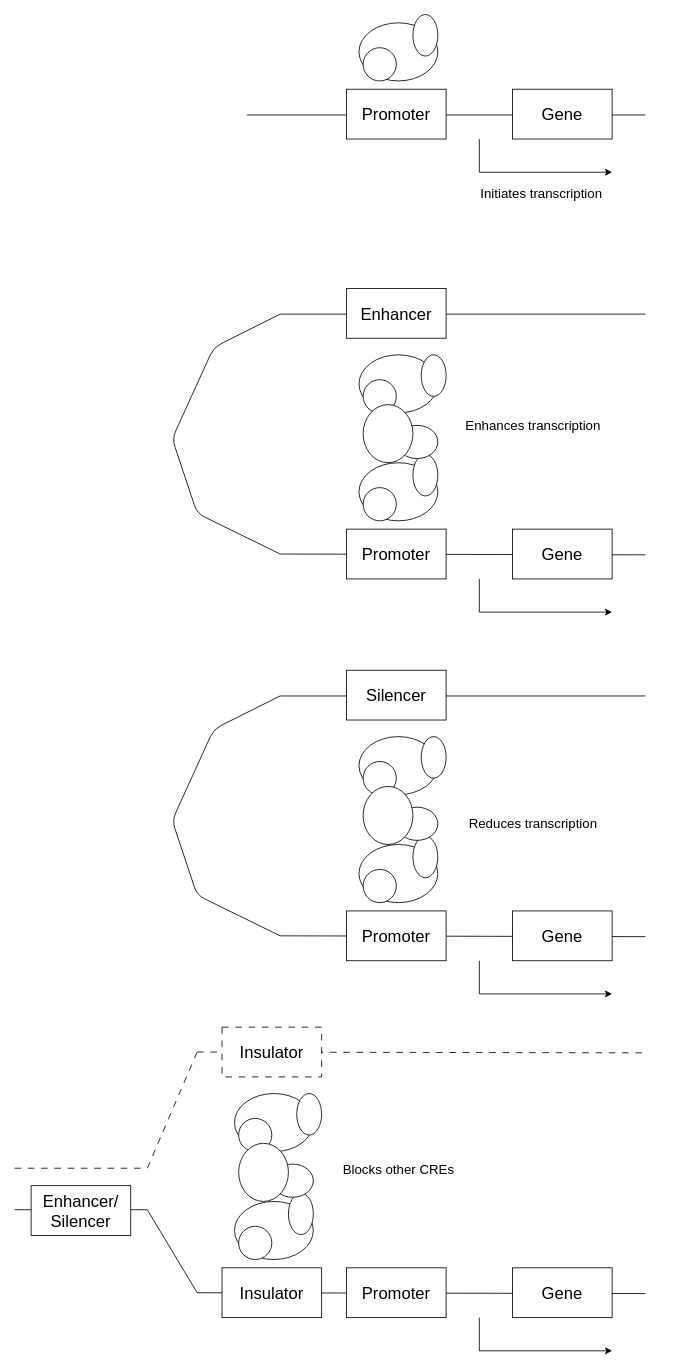
Above: diagrams/functional_elements_sil_enh_combined.drawio in alexrakowski/phd-thesis-diagrams (draw.io), before the change. Source tidied: cells renumbered, new cells numbered last; positions are measured from the earlier drawing's top-left corner, leaving out a move shared by most shapes. Both pictures are drawn from the tidied source at 83%, with x=0, y=0 at pixel (14, 14).
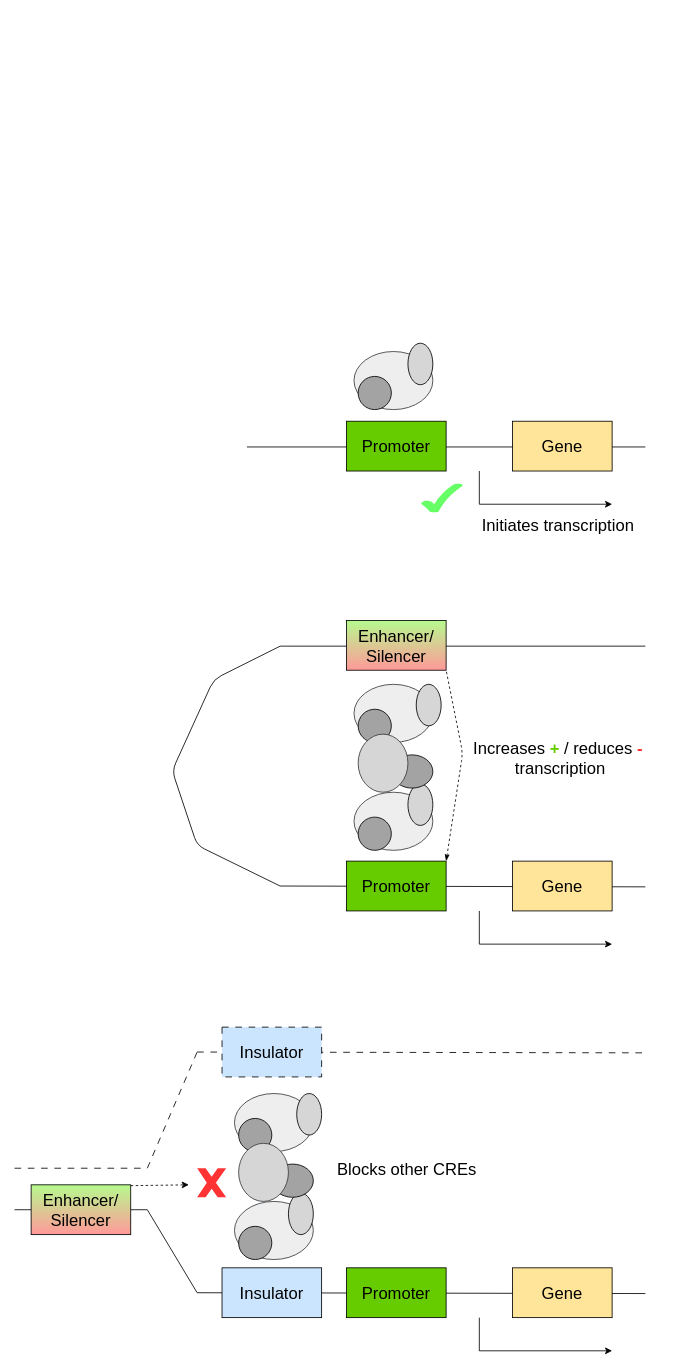
After the change.

Change to the diagram source:
```diff
@@
+    <mxCell id="63" style="ellipse;whiteSpace=wrap;html=1;fillColor=#eeeeee;strokeColor=#36393d;fillStyle=solid;" parent="1" vertex="1">
+      <mxGeometry x="409" y="406" width="95" height="70" as="geometry" />
+    </mxCell>
     <mxCell id="2" style="endArrow=none;html=1;rounded=0;" parent="1" edge="1">
       <mxGeometry relative="1" as="geometry">
-        <mxPoint x="280" y="121" as="sourcePoint" />
-        <mxPoint x="760" y="121" as="targetPoint" />
+        <mxPoint x="280" y="521" as="sourcePoint" />
+        <mxPoint x="760" y="521" as="targetPoint" />
       </mxGeometry>
     </mxCell>
-    <mxCell id="3" value="Promoter" style="rounded=0;whiteSpace=wrap;html=1;fontSize=20;" parent="1" vertex="1">
-      <mxGeometry x="400" y="90" width="120" height="60" as="geometry" />
+    <mxCell id="3" value="Promoter" style="rounded=0;whiteSpace=wrap;html=1;fontSize=20;fillColor=#66CC00;" parent="1" vertex="1">
+      <mxGeometry x="400" y="490" width="120" height="60" as="geometry" />
     </mxCell>
-    <mxCell id="4" value="&lt;font style=&quot;font-size: 20px;&quot;&gt;Gene&lt;/font&gt;" style="rounded=0;whiteSpace=wrap;html=1;" parent="1" vertex="1">
-      <mxGeometry x="600" y="90" width="120" height="60" as="geometry" />
+    <mxCell id="4" value="&lt;font style=&quot;font-size: 20px;&quot;&gt;Gene&lt;/font&gt;" style="rounded=0;whiteSpace=wrap;html=1;fillColor=#FFE599;" parent="1" vertex="1">
+      <mxGeometry x="600" y="490" width="120" height="60" as="geometry" />
     </mxCell>
     <mxCell id="5" style="endArrow=classic;html=1;rounded=0;strokeWidth=1;" parent="1" edge="1">
       <mxGeometry relative="1" as="geometry">
-        <mxPoint x="560" y="150" as="sourcePoint" />
-        <mxPoint x="720" y="190" as="targetPoint" />
+        <mxPoint x="560" y="550" as="sourcePoint" />
+        <mxPoint x="720" y="590" as="targetPoint" />
         <Array as="points">
-          <mxPoint x="560" y="190" />
+          <mxPoint x="560" y="590" />
         </Array>
       </mxGeometry>
     </mxCell>
-    <mxCell id="6" style="ellipse;whiteSpace=wrap;html=1;" parent="1" vertex="1">
-      <mxGeometry x="415" y="10" width="95" height="70" as="geometry" />
-    </mxCell>
-    <mxCell id="7" style="ellipse;whiteSpace=wrap;html=1;" parent="1" vertex="1">
-      <mxGeometry x="420" y="40" width="40" height="40" as="geometry" />
-    </mxCell>
-    <mxCell id="8" style="ellipse;whiteSpace=wrap;html=1;" parent="1" vertex="1">
-      <mxGeometry x="480" width="30" height="50" as="geometry" />
-    </mxCell>
-    <mxCell id="9" value="Initiates transcription" style="text;html=1;align=center;verticalAlign=middle;whiteSpace=wrap;rounded=0;fontSize=16;" parent="1" vertex="1">
-      <mxGeometry x="510" y="200" width="250" height="30" as="geometry" />
+    <mxCell id="9" value="Initiates transcription" style="text;html=1;align=center;verticalAlign=middle;whiteSpace=wrap;rounded=0;fontSize=20;" parent="1" vertex="1">
+      <mxGeometry x="530" y="600" width="250" height="30" as="geometry" />
     </mxCell>
     <mxCell id="10" style="endArrow=none;html=1;rounded=0;" parent="1" edge="1">
       <mxGeometry relative="1" as="geometry">
-        <mxPoint x="320" y="650" as="sourcePoint" />
-        <mxPoint x="760" y="651" as="targetPoint" />
+        <mxPoint x="320" y="1050" as="sourcePoint" />
+        <mxPoint x="760" y="1051" as="targetPoint" />
       </mxGeometry>
     </mxCell>
-    <mxCell id="11" value="Promoter" style="rounded=0;whiteSpace=wrap;html=1;fontSize=20;" parent="1" vertex="1">
-      <mxGeometry x="400" y="620" width="120" height="60" as="geometry" />
+    <mxCell id="11" value="Promoter" style="rounded=0;whiteSpace=wrap;html=1;fontSize=20;fillColor=#66CC00;" parent="1" vertex="1">
+      <mxGeometry x="400" y="1020" width="120" height="60" as="geometry" />
     </mxCell>
-    <mxCell id="12" value="Gene" style="rounded=0;whiteSpace=wrap;html=1;fontSize=20;" parent="1" vertex="1">
-      <mxGeometry x="600" y="620" width="120" height="60" as="geometry" />
+    <mxCell id="12" value="Gene" style="rounded=0;whiteSpace=wrap;html=1;fontSize=20;fillColor=#FFE599;" parent="1" vertex="1">
+      <mxGeometry x="600" y="1020" width="120" height="60" as="geometry" />
     </mxCell>
-    <mxCell id="13" style="ellipse;whiteSpace=wrap;html=1;" parent="1" vertex="1">
-      <mxGeometry x="415" y="540" width="95" height="70" as="geometry" />
-    </mxCell>
-    <mxCell id="14" style="ellipse;whiteSpace=wrap;html=1;" parent="1" vertex="1">
-      <mxGeometry x="420" y="570" width="40" height="40" as="geometry" />
-    </mxCell>
-    <mxCell id="15" style="ellipse;whiteSpace=wrap;html=1;" parent="1" vertex="1">
-      <mxGeometry x="480" y="530" width="30" height="50" as="geometry" />
-    </mxCell>
     <mxCell id="16" style="endArrow=none;html=1;rounded=0;" parent="1" edge="1">
       <mxGeometry relative="1" as="geometry">
-        <mxPoint x="320" y="361" as="sourcePoint" />
-        <mxPoint x="760" y="361" as="targetPoint" />
+        <mxPoint x="320" y="761" as="sourcePoint" />
+        <mxPoint x="760" y="761" as="targetPoint" />
       </mxGeometry>
     </mxCell>
     <mxCell id="17" style="endArrow=none;html=1;rounded=1;curved=0;" parent="1" edge="1">
       <mxGeometry relative="1" as="geometry">
-        <mxPoint x="320" y="650" as="sourcePoint" />
-        <mxPoint x="320" y="361" as="targetPoint" />
+        <mxPoint x="320" y="1050" as="sourcePoint" />
+        <mxPoint x="320" y="761" as="targetPoint" />
         <Array as="points">
-          <mxPoint x="220" y="601" />
-          <mxPoint x="190" y="511" />
-          <mxPoint x="240" y="401" />
+          <mxPoint x="220" y="1001" />
+          <mxPoint x="190" y="911" />
+          <mxPoint x="240" y="801" />
         </Array>
       </mxGeometry>
     </mxCell>
-    <mxCell id="18" value="Enhancer" style="rounded=0;whiteSpace=wrap;html=1;fontSize=20;" parent="1" vertex="1">
-      <mxGeometry x="400" y="330" width="120" height="60" as="geometry" />
-    </mxCell>
-    <mxCell id="19" style="ellipse;whiteSpace=wrap;html=1;" parent="1" vertex="1">
-      <mxGeometry x="415" y="410" width="95" height="70" as="geometry" />
-    </mxCell>
-    <mxCell id="20" style="ellipse;whiteSpace=wrap;html=1;" parent="1" vertex="1">
-      <mxGeometry x="420" y="440" width="40" height="40" as="geometry" />
-    </mxCell>
-    <mxCell id="21" style="ellipse;whiteSpace=wrap;html=1;" parent="1" vertex="1">
-      <mxGeometry x="460" y="495" width="50" height="40" as="geometry" />
-    </mxCell>
-    <mxCell id="22" style="ellipse;whiteSpace=wrap;html=1;" parent="1" vertex="1">
-      <mxGeometry x="420" y="470" width="60" height="70" as="geometry" />
-    </mxCell>
-    <mxCell id="23" style="ellipse;whiteSpace=wrap;html=1;" parent="1" vertex="1">
-      <mxGeometry x="490" y="410" width="30" height="50" as="geometry" />
-    </mxCell>
     <mxCell id="24" style="endArrow=classic;html=1;rounded=0;strokeWidth=1;" parent="1" edge="1">
       <mxGeometry relative="1" as="geometry">
-        <mxPoint x="560" y="680" as="sourcePoint" />
-        <mxPoint x="720" y="720" as="targetPoint" />
+        <mxPoint x="560" y="1080" as="sourcePoint" />
+        <mxPoint x="720" y="1120" as="targetPoint" />
         <Array as="points">
-          <mxPoint x="560" y="720" />
+          <mxPoint x="560" y="1120" />
         </Array>
       </mxGeometry>
     </mxCell>
-    <mxCell id="25" value="Enhances transcription" style="text;html=1;align=center;verticalAlign=middle;whiteSpace=wrap;rounded=0;fontSize=16;" parent="1" vertex="1">
-      <mxGeometry x="500" y="480" width="250" height="30" as="geometry" />
+    <mxCell id="25" value="Increases&amp;nbsp;&lt;span&gt;&lt;b&gt;&lt;font style=&quot;color: rgb(102, 204, 0);&quot;&gt;+&lt;/font&gt;&lt;/b&gt;&lt;font style=&quot;color: rgb(102, 204, 0);&quot;&gt;&amp;nbsp;&lt;/font&gt;&lt;/span&gt;/ reduces &lt;font style=&quot;color: rgb(255, 51, 51);&quot;&gt;&lt;b&gt;-&lt;/b&gt;&lt;/font&gt;&lt;br&gt;&amp;nbsp;transcription" style="text;html=1;align=center;verticalAlign=middle;whiteSpace=wrap;rounded=0;fontSize=20;" parent="1" vertex="1">
+      <mxGeometry x="530" y="880" width="250" height="30" as="geometry" />
     </mxCell>
-    <mxCell id="26" style="endArrow=none;html=1;rounded=0;" parent="1" edge="1">
-      <mxGeometry relative="1" as="geometry">
-        <mxPoint x="320" y="1110" as="sourcePoint" />
-        <mxPoint x="760" y="1111" as="targetPoint" />
-      </mxGeometry>
-    </mxCell>
-    <mxCell id="27" value="Promoter" style="rounded=0;whiteSpace=wrap;html=1;fontSize=20;" parent="1" vertex="1">
-      <mxGeometry x="400" y="1080" width="120" height="60" as="geometry" />
-    </mxCell>
-    <mxCell id="28" value="Gene" style="rounded=0;whiteSpace=wrap;html=1;fontSize=20;" parent="1" vertex="1">
-      <mxGeometry x="600" y="1080" width="120" height="60" as="geometry" />
-    </mxCell>
-    <mxCell id="29" style="ellipse;whiteSpace=wrap;html=1;" parent="1" vertex="1">
-      <mxGeometry x="415" y="1000" width="95" height="70" as="geometry" />
-    </mxCell>
-    <mxCell id="30" style="ellipse;whiteSpace=wrap;html=1;" parent="1" vertex="1">
-      <mxGeometry x="420" y="1030" width="40" height="40" as="geometry" />
-    </mxCell>
-    <mxCell id="31" style="ellipse;whiteSpace=wrap;html=1;" parent="1" vertex="1">
-      <mxGeometry x="480" y="990" width="30" height="50" as="geometry" />
-    </mxCell>
-    <mxCell id="32" style="endArrow=none;html=1;rounded=0;" parent="1" edge="1">
-      <mxGeometry relative="1" as="geometry">
-        <mxPoint x="320" y="821" as="sourcePoint" />
-        <mxPoint x="760" y="821" as="targetPoint" />
-      </mxGeometry>
-    </mxCell>
-    <mxCell id="33" style="endArrow=none;html=1;rounded=1;curved=0;" parent="1" edge="1">
-      <mxGeometry relative="1" as="geometry">
-        <mxPoint x="320" y="1110" as="sourcePoint" />
-        <mxPoint x="320" y="821" as="targetPoint" />
-        <Array as="points">
-          <mxPoint x="220" y="1061" />
-          <mxPoint x="190" y="971" />
-          <mxPoint x="240" y="861" />
-        </Array>
-      </mxGeometry>
-    </mxCell>
-    <mxCell id="34" value="Silencer" style="rounded=0;whiteSpace=wrap;html=1;fontSize=20;" parent="1" vertex="1">
-      <mxGeometry x="400" y="790" width="120" height="60" as="geometry" />
-    </mxCell>
-    <mxCell id="35" style="ellipse;whiteSpace=wrap;html=1;" parent="1" vertex="1">
-      <mxGeometry x="415" y="870" width="95" height="70" as="geometry" />
-    </mxCell>
-    <mxCell id="36" style="ellipse;whiteSpace=wrap;html=1;" parent="1" vertex="1">
-      <mxGeometry x="420" y="900" width="40" height="40" as="geometry" />
-    </mxCell>
-    <mxCell id="37" style="ellipse;whiteSpace=wrap;html=1;" parent="1" vertex="1">
-      <mxGeometry x="460" y="955" width="50" height="40" as="geometry" />
-    </mxCell>
-    <mxCell id="38" style="ellipse;whiteSpace=wrap;html=1;" parent="1" vertex="1">
-      <mxGeometry x="420" y="930" width="60" height="70" as="geometry" />
-    </mxCell>
-    <mxCell id="39" style="ellipse;whiteSpace=wrap;html=1;" parent="1" vertex="1">
-      <mxGeometry x="490" y="870" width="30" height="50" as="geometry" />
-    </mxCell>
-    <mxCell id="40" style="endArrow=classic;html=1;rounded=0;strokeWidth=1;" parent="1" edge="1">
-      <mxGeometry relative="1" as="geometry">
-        <mxPoint x="560" y="1140" as="sourcePoint" />
-        <mxPoint x="720" y="1180" as="targetPoint" />
-        <Array as="points">
-          <mxPoint x="560" y="1180" />
-        </Array>
-      </mxGeometry>
-    </mxCell>
-    <mxCell id="41" value="Blocks other CREs" style="text;html=1;align=center;verticalAlign=middle;whiteSpace=wrap;rounded=0;fontSize=16;" parent="1" vertex="1">
-      <mxGeometry x="337.5" y="1376" width="250" height="30" as="geometry" />
+    <mxCell id="41" value="Blocks other CREs" style="text;html=1;align=center;verticalAlign=middle;whiteSpace=wrap;rounded=0;fontSize=20;" parent="1" vertex="1">
+      <mxGeometry x="347.5" y="1376" width="250" height="30" as="geometry" />
     </mxCell>
@@
-    <mxCell id="43" value="Promoter" style="rounded=0;whiteSpace=wrap;html=1;fontSize=20;" parent="1" vertex="1">
+    <mxCell id="43" value="Promoter" style="rounded=0;whiteSpace=wrap;html=1;fontSize=20;fillColor=#66CC00;" parent="1" vertex="1">
       <mxGeometry x="400" y="1510" width="120" height="60" as="geometry" />
     </mxCell>
-    <mxCell id="44" value="Gene" style="rounded=0;whiteSpace=wrap;html=1;fontSize=20;" parent="1" vertex="1">
+    <mxCell id="44" value="Gene" style="rounded=0;whiteSpace=wrap;html=1;fontSize=20;fillColor=#FFE599;" parent="1" vertex="1">
       <mxGeometry x="600" y="1510" width="120" height="60" as="geometry" />
     </mxCell>
-    <mxCell id="45" style="ellipse;whiteSpace=wrap;html=1;" parent="1" vertex="1">
+    <mxCell id="45" style="ellipse;whiteSpace=wrap;html=1;fillColor=#eeeeee;strokeColor=#36393d;fillStyle=solid;" parent="1" vertex="1">
       <mxGeometry x="265" y="1430" width="95" height="70" as="geometry" />
     </mxCell>
-    <mxCell id="46" style="ellipse;whiteSpace=wrap;html=1;" parent="1" vertex="1">
+    <mxCell id="46" style="ellipse;whiteSpace=wrap;html=1;fillColor=#A3A3A3;" parent="1" vertex="1">
       <mxGeometry x="270" y="1460" width="40" height="40" as="geometry" />
     </mxCell>
-    <mxCell id="47" style="ellipse;whiteSpace=wrap;html=1;" parent="1" vertex="1">
+    <mxCell id="47" style="ellipse;whiteSpace=wrap;html=1;fillColor=#D6D6D6;" parent="1" vertex="1">
       <mxGeometry x="330" y="1420" width="30" height="50" as="geometry" />
     </mxCell>
@@
-    <mxCell id="49" value="Insulator" style="rounded=0;whiteSpace=wrap;html=1;fontSize=20;dashed=1;dashPattern=8 8;" parent="1" vertex="1">
+    <mxCell id="49" value="Insulator" style="rounded=0;whiteSpace=wrap;html=1;fontSize=20;dashed=1;dashPattern=8 8;fillColor=#CCE5FF;" parent="1" vertex="1">
       <mxGeometry x="250" y="1220" width="120" height="60" as="geometry" />
     </mxCell>
-    <mxCell id="50" style="ellipse;whiteSpace=wrap;html=1;" parent="1" vertex="1">
+    <mxCell id="50" style="ellipse;whiteSpace=wrap;html=1;fillColor=#eeeeee;strokeColor=#36393d;" parent="1" vertex="1">
       <mxGeometry x="265" y="1300" width="95" height="70" as="geometry" />
     </mxCell>
-    <mxCell id="51" style="ellipse;whiteSpace=wrap;html=1;" parent="1" vertex="1">
+    <mxCell id="51" style="ellipse;whiteSpace=wrap;html=1;fillColor=#A3A3A3;" parent="1" vertex="1">
       <mxGeometry x="270" y="1330" width="40" height="40" as="geometry" />
     </mxCell>
-    <mxCell id="52" style="ellipse;whiteSpace=wrap;html=1;" parent="1" vertex="1">
+    <mxCell id="52" style="ellipse;whiteSpace=wrap;html=1;fillColor=#A3A3A3;" parent="1" vertex="1">
       <mxGeometry x="310" y="1385" width="50" height="40" as="geometry" />
     </mxCell>
-    <mxCell id="53" style="ellipse;whiteSpace=wrap;html=1;" parent="1" vertex="1">
+    <mxCell id="53" style="ellipse;whiteSpace=wrap;html=1;fillColor=#D6D6D6;strokeColor=#36393d;" parent="1" vertex="1">
       <mxGeometry x="270" y="1360" width="60" height="70" as="geometry" />
     </mxCell>
-    <mxCell id="54" style="ellipse;whiteSpace=wrap;html=1;" parent="1" vertex="1">
+    <mxCell id="54" style="ellipse;whiteSpace=wrap;html=1;fillColor=#D6D6D6;" parent="1" vertex="1">
       <mxGeometry x="340" y="1300" width="30" height="50" as="geometry" />
     </mxCell>
@@
-    <mxCell id="58" value="Insulator" style="rounded=0;whiteSpace=wrap;html=1;fontSize=20;" parent="1" vertex="1">
+    <mxCell id="58" value="Insulator" style="rounded=0;whiteSpace=wrap;html=1;fontSize=20;fillColor=#CCE5FF;" parent="1" vertex="1">
       <mxGeometry x="250" y="1510" width="120" height="60" as="geometry" />
     </mxCell>
@@
     <mxCell id="60" style="endArrow=none;html=1;rounded=0;" parent="1" edge="1">
       <mxGeometry relative="1" as="geometry">
-        <mxPoint y="1440" as="sourcePoint" />
+        <mxPoint x="140" y="1440" as="sourcePoint" />
         <mxPoint x="160" y="1440" as="targetPoint" />
       </mxGeometry>
     </mxCell>
+    <mxCell id="64" style="endArrow=none;html=1;rounded=1;exitX=1;exitY=0;exitDx=0;exitDy=0;entryX=1;entryY=1;entryDx=0;entryDy=0;curved=0;startArrow=classicThin;startFill=1;dashed=1;" parent="1" edge="1" source="11" target="18">
+      <mxGeometry relative="1" as="geometry">
+        <Array as="points">
+          <mxPoint x="540" y="890" />
+        </Array>
+      </mxGeometry>
+    </mxCell>
+    <mxCell id="65" style="endArrow=classic;html=1;rounded=0;exitX=1;exitY=0;exitDx=0;exitDy=0;dashed=1;" parent="1" edge="1">
+      <mxGeometry relative="1" as="geometry">
+        <mxPoint x="140" y="1411" as="sourcePoint" />
+        <mxPoint x="210" y="1410" as="targetPoint" />
+      </mxGeometry>
+    </mxCell>
+    <mxCell id="66" style="verticalLabelPosition=bottom;verticalAlign=top;html=1;shape=mxgraph.basic.x;fillColor=#FF3333;strokeColor=none;" parent="1" vertex="1">
+      <mxGeometry x="220" y="1390" width="35" height="35" as="geometry" />
+    </mxCell>
+    <mxCell id="67" style="verticalLabelPosition=bottom;verticalAlign=top;html=1;shape=mxgraph.basic.tick;strokeColor=none;fillColor=#66FF66;" parent="1" vertex="1">
+      <mxGeometry x="490" y="565" width="50" height="35" as="geometry" />
+    </mxCell>
+    <mxCell id="18" value="Enhancer/&lt;br&gt;Silencer" style="rounded=0;whiteSpace=wrap;html=1;fontSize=20;fillStyle=solid;gradientColor=#FF9999;gradientDirection=south;fillColor=#B6FA8E;" parent="1" vertex="1">
+      <mxGeometry x="400" y="730" width="120" height="60" as="geometry" />
+    </mxCell>
+    <mxCell id="68" style="endArrow=none;html=1;rounded=0;" parent="1" edge="1">
+      <mxGeometry relative="1" as="geometry">
+        <mxPoint y="1440" as="sourcePoint" />
+        <mxPoint x="20" y="1440" as="targetPoint" />
+      </mxGeometry>
+    </mxCell>
+    <mxCell id="69" style="ellipse;whiteSpace=wrap;html=1;fillColor=#eeeeee;strokeColor=#36393d;fillStyle=solid;" parent="1" vertex="1">
+      <mxGeometry x="409" y="937" width="95" height="70" as="geometry" />
+    </mxCell>
+    <mxCell id="70" style="ellipse;whiteSpace=wrap;html=1;fillColor=#A3A3A3;" parent="1" vertex="1">
+      <mxGeometry x="414" y="967" width="40" height="40" as="geometry" />
+    </mxCell>
+    <mxCell id="71" style="ellipse;whiteSpace=wrap;html=1;fillColor=#D6D6D6;" parent="1" vertex="1">
+      <mxGeometry x="474" y="927" width="30" height="50" as="geometry" />
+    </mxCell>
+    <mxCell id="72" style="ellipse;whiteSpace=wrap;html=1;fillColor=#eeeeee;strokeColor=#36393d;" parent="1" vertex="1">
+      <mxGeometry x="409" y="807" width="95" height="70" as="geometry" />
+    </mxCell>
+    <mxCell id="73" style="ellipse;whiteSpace=wrap;html=1;fillColor=#A3A3A3;" parent="1" vertex="1">
+      <mxGeometry x="414" y="837" width="40" height="40" as="geometry" />
+    </mxCell>
+    <mxCell id="74" style="ellipse;whiteSpace=wrap;html=1;fillColor=#A3A3A3;" parent="1" vertex="1">
+      <mxGeometry x="454" y="892" width="50" height="40" as="geometry" />
+    </mxCell>
+    <mxCell id="75" style="ellipse;whiteSpace=wrap;html=1;fillColor=#D6D6D6;strokeColor=#36393d;" parent="1" vertex="1">
+      <mxGeometry x="414" y="867" width="60" height="70" as="geometry" />
+    </mxCell>
+    <mxCell id="76" style="ellipse;whiteSpace=wrap;html=1;fillColor=#D6D6D6;" parent="1" vertex="1">
+      <mxGeometry x="484" y="807" width="30" height="50" as="geometry" />
+    </mxCell>
+    <mxCell id="77" style="ellipse;whiteSpace=wrap;html=1;fillColor=#A3A3A3;" parent="1" vertex="1">
+      <mxGeometry x="414" y="436" width="40" height="40" as="geometry" />
+    </mxCell>
+    <mxCell id="78" style="ellipse;whiteSpace=wrap;html=1;fillColor=#D6D6D6;" parent="1" vertex="1">
+      <mxGeometry x="474" y="396" width="30" height="50" as="geometry" />
+    </mxCell>
-    <mxCell id="61" value="Enhancer/&lt;br&gt;Silencer" style="rounded=0;whiteSpace=wrap;html=1;fontSize=20;" parent="1" vertex="1">
-      <mxGeometry x="20" y="1411" width="120" height="60" as="geometry" />
+    <mxCell id="61" value="Enhancer/&lt;br&gt;Silencer" style="rounded=0;whiteSpace=wrap;html=1;fontSize=20;fillStyle=solid;gradientColor=#FF9999;gradientDirection=south;fillColor=#B6FA8E;" parent="1" vertex="1">
+      <mxGeometry x="20" y="1410" width="120" height="60" as="geometry" />
     </mxCell>
-    <mxCell id="62" value="Reduces transcription" style="text;html=1;align=center;verticalAlign=middle;whiteSpace=wrap;rounded=0;fontSize=16;" parent="1" vertex="1">
-      <mxGeometry x="500" y="960" width="250" height="30" as="geometry" />
-    </mxCell>
```
